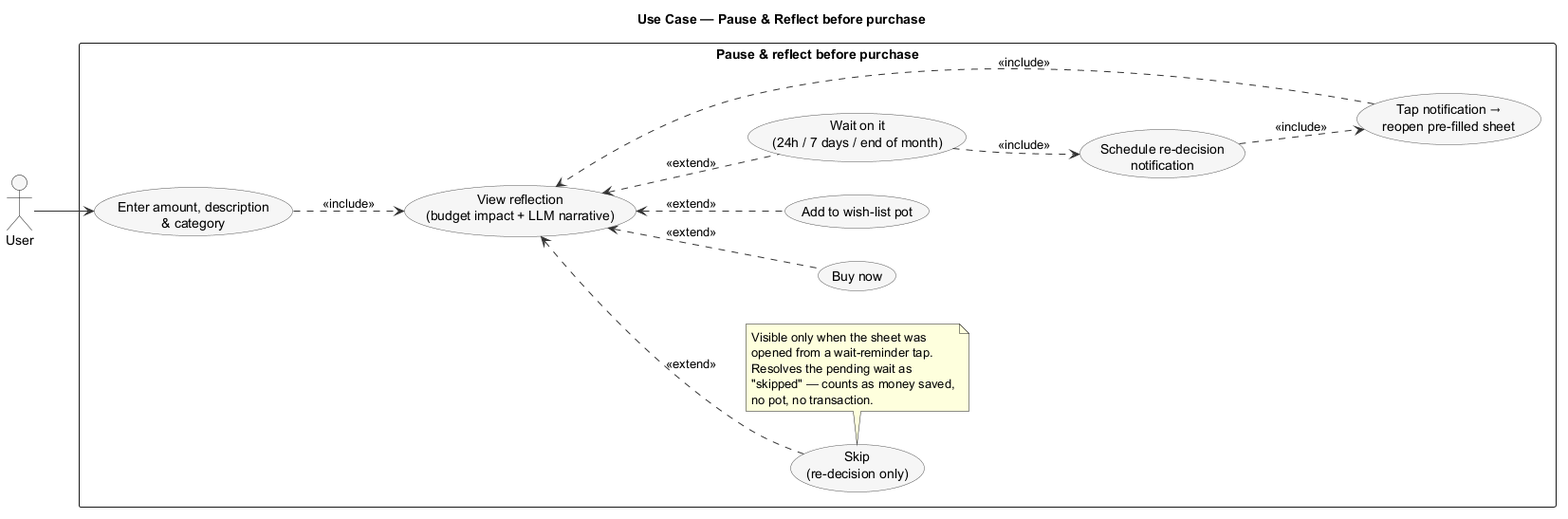
Earlier version of the PlantUML export portfolio_diagrams/UseCase_PauseBeforePurchase.png (beckz001/Bujet).
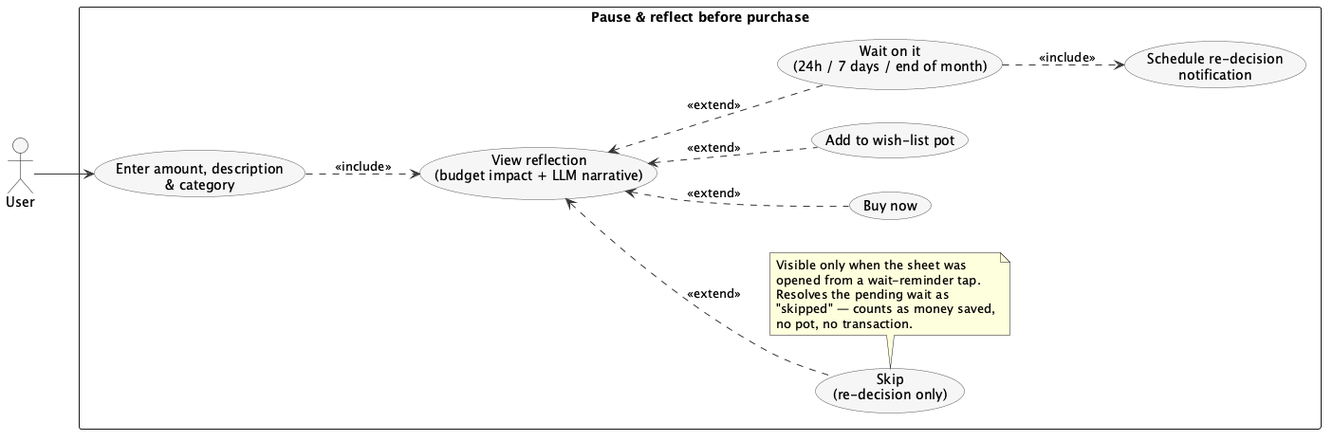
The same file after the commit.

What changed in the source:
```diff
@@ -1,5 +1,4 @@
 @startuml UseCase_PauseBeforePurchase
-title Use Case — Pause & Reflect before purchase
 
 left to right direction
 skinparam packageStyle rectangle
@@ -22,7 +21,6 @@
   usecase "Skip\n(re-decision only)"      as Skip
 
   usecase "Schedule re-decision\nnotification" as Schedule
-  usecase "Tap notification →\nreopen pre-filled sheet" as Redecision
 
   User --> Enter
   Enter ..> Reflect : <<include>>
@@ -32,8 +30,6 @@
   Reflect <.. Wait   : <<extend>>
 
   Wait     ..> Schedule   : <<include>>
-  Schedule ..> Redecision : <<include>>
-  Redecision ..> Reflect  : <<include>>
 
   Reflect <.. Skip : <<extend>>
   note bottom of Skip
```
